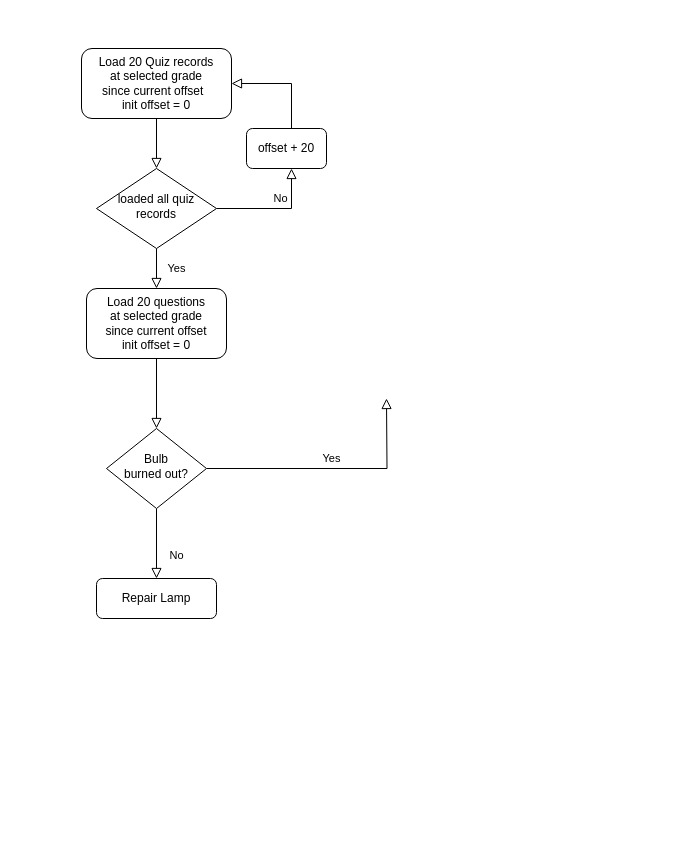
Above: selectingquestions.drawio in mingyuzhao/Diagrams (draw.io), before the change. Source tidied: cells renumbered, new cells numbered last; positions are measured from the earlier drawing's top-left corner, leaving out a move shared by most shapes. Both pictures are drawn from the tidied source at 100%, with x=0, y=0 at pixel (81, 48).
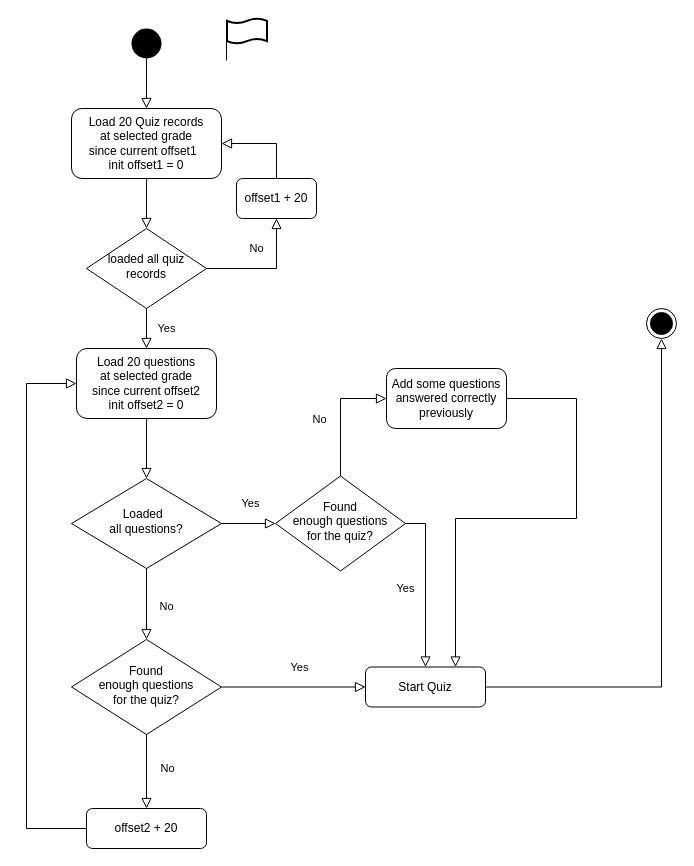
The same page after the edit.

Diff of the diagram source:
```diff
@@
-    <mxCell id="3" value="Load 20 Quiz records &lt;br&gt;at selected grade&lt;br&gt;since current offset&amp;nbsp;&amp;nbsp;&lt;br&gt;init offset = 0" style="rounded=1;whiteSpace=wrap;html=1;fontSize=12;glass=0;strokeWidth=1;shadow=0;" parent="1" vertex="1">
-      <mxGeometry width="150" height="70" as="geometry" />
+    <mxCell id="3" value="Load 20 Quiz records &lt;br&gt;at selected grade&lt;br&gt;since current offset1&amp;nbsp;&amp;nbsp;&lt;br&gt;init offset1 = 0" style="rounded=1;whiteSpace=wrap;html=1;fontSize=12;glass=0;strokeWidth=1;shadow=0;" parent="1" vertex="1">
+      <mxGeometry x="-10" y="60" width="150" height="70" as="geometry" />
     </mxCell>
@@
-    <mxCell id="5" value="No" style="edgeStyle=orthogonalEdgeStyle;rounded=0;html=1;jettySize=auto;fontSize=11;endArrow=block;endFill=0;endSize=8;strokeWidth=1;shadow=0;labelBackgroundColor=none;" parent="1" edge="1" source="6">
-      <mxGeometry x="0.11" y="10" relative="1" as="geometry">
-        <mxPoint x="210" y="120" as="targetPoint" />
+    <mxCell id="5" value="No" style="edgeStyle=orthogonalEdgeStyle;rounded=0;html=1;jettySize=auto;fontSize=11;endArrow=block;endFill=0;endSize=8;strokeWidth=1;shadow=0;labelBackgroundColor=none;entryX=0.5;entryY=1;entryDx=0;entryDy=0;" parent="1" edge="1" source="6" target="12">
+      <mxGeometry x="0.5" y="20" relative="1" as="geometry">
         <Array as="points">
-          <mxPoint x="210" y="160" />
+          <mxPoint x="195" y="220" />
         </Array>
       </mxGeometry>
     </mxCell>
     <mxCell id="6" value="loaded all quiz records" style="rhombus;whiteSpace=wrap;html=1;shadow=0;fontFamily=Helvetica;fontSize=12;align=center;strokeWidth=1;spacing=6;spacingTop=-4;" parent="1" vertex="1">
-      <mxGeometry x="15" y="120" width="120" height="80" as="geometry" />
+      <mxGeometry x="5" y="180" width="120" height="80" as="geometry" />
     </mxCell>
     <mxCell id="7" value="No" style="rounded=0;html=1;jettySize=auto;fontSize=11;endArrow=block;endFill=0;endSize=8;strokeWidth=1;shadow=0;labelBackgroundColor=none;edgeStyle=orthogonalEdgeStyle;" parent="1" edge="1" source="9" target="10">
-      <mxGeometry x="0.33" y="20" relative="1" as="geometry" />
+      <mxGeometry x="-0.08" y="21" relative="1" as="geometry" />
     </mxCell>
-    <mxCell id="8" value="Yes" style="edgeStyle=orthogonalEdgeStyle;rounded=0;html=1;jettySize=auto;fontSize=11;endArrow=block;endFill=0;endSize=8;strokeWidth=1;shadow=0;labelBackgroundColor=none;" parent="1" edge="1" source="9">
-      <mxGeometry y="10" relative="1" as="geometry">
-        <mxPoint x="305" y="350" as="targetPoint" />
-      </mxGeometry>
+    <mxCell id="8" value="Yes" style="edgeStyle=orthogonalEdgeStyle;rounded=0;html=1;jettySize=auto;fontSize=11;endArrow=block;endFill=0;endSize=8;strokeWidth=1;shadow=0;labelBackgroundColor=none;entryX=0;entryY=0.5;entryDx=0;entryDy=0;" parent="1" edge="1" source="9" target="19">
+      <mxGeometry x="0.08" y="20" relative="1" as="geometry" />
     </mxCell>
-    <mxCell id="9" value="Bulb&lt;br&gt;burned out?" style="rhombus;whiteSpace=wrap;html=1;shadow=0;fontFamily=Helvetica;fontSize=12;align=center;strokeWidth=1;spacing=6;spacingTop=-4;" parent="1" vertex="1">
-      <mxGeometry x="25" y="380" width="100" height="80" as="geometry" />
+    <mxCell id="9" value="Found &lt;br&gt;enough questions &lt;br&gt;for the quiz?" style="rhombus;whiteSpace=wrap;html=1;shadow=0;fontFamily=Helvetica;fontSize=12;align=center;strokeWidth=1;spacing=6;spacingTop=-4;" parent="1" vertex="1">
+      <mxGeometry x="-10" y="591" width="150" height="95" as="geometry" />
     </mxCell>
-    <mxCell id="10" value="Repair Lamp" style="rounded=1;whiteSpace=wrap;html=1;fontSize=12;glass=0;strokeWidth=1;shadow=0;" parent="1" vertex="1">
-      <mxGeometry x="15" y="530" width="120" height="40" as="geometry" />
+    <mxCell id="10" value="offset2 + 20" style="rounded=1;whiteSpace=wrap;html=1;fontSize=12;glass=0;strokeWidth=1;shadow=0;" parent="1" vertex="1">
+      <mxGeometry x="5" y="760" width="120" height="40" as="geometry" />
     </mxCell>
-    <mxCell id="11" value="Load 20 questions&lt;br&gt;at selected grade&lt;br&gt;since current offset&lt;br&gt;init offset = 0" style="rounded=1;whiteSpace=wrap;html=1;fontSize=12;glass=0;strokeWidth=1;shadow=0;" parent="1" vertex="1">
-      <mxGeometry x="5" y="240" width="140" height="70" as="geometry" />
+    <mxCell id="11" value="Load 20 questions&lt;br&gt;at selected grade&lt;br&gt;since current offset2&lt;br&gt;init offset2 = 0" style="rounded=1;whiteSpace=wrap;html=1;fontSize=12;glass=0;strokeWidth=1;shadow=0;" parent="1" vertex="1">
+      <mxGeometry x="-5" y="300" width="140" height="70" as="geometry" />
     </mxCell>
-    <mxCell id="12" value="offset + 20" style="rounded=1;whiteSpace=wrap;html=1;fontSize=12;glass=0;strokeWidth=1;shadow=0;" parent="1" vertex="1">
-      <mxGeometry x="165" y="80" width="80" height="40" as="geometry" />
+    <mxCell id="12" value="offset1 + 20" style="rounded=1;whiteSpace=wrap;html=1;fontSize=12;glass=0;strokeWidth=1;shadow=0;" parent="1" vertex="1">
+      <mxGeometry x="155" y="130" width="80" height="40" as="geometry" />
     </mxCell>
     <mxCell id="13" style="edgeStyle=orthogonalEdgeStyle;rounded=0;html=1;jettySize=auto;fontSize=11;endArrow=block;endFill=0;endSize=8;strokeWidth=1;shadow=0;labelBackgroundColor=none;exitX=0.5;exitY=0;exitDx=0;exitDy=0;" parent="1" edge="1" source="12" target="3">
       <mxGeometry x="0.55" y="25" relative="1" as="geometry">
         <Array as="points">
-          <mxPoint x="210" y="35" />
+          <mxPoint x="195" y="95" />
         </Array>
       </mxGeometry>
     </mxCell>
-    <mxCell id="14" style="edgeStyle=orthogonalEdgeStyle;rounded=0;html=1;jettySize=auto;fontSize=11;endArrow=block;endFill=0;endSize=8;strokeWidth=1;shadow=0;labelBackgroundColor=none;exitX=0.5;exitY=1;exitDx=0;exitDy=0;entryX=0.5;entryY=0;entryDx=0;entryDy=0;" parent="1" edge="1" source="11" target="9">
+    <mxCell id="14" style="edgeStyle=orthogonalEdgeStyle;rounded=0;html=1;jettySize=auto;fontSize=11;endArrow=block;endFill=0;endSize=8;strokeWidth=1;shadow=0;labelBackgroundColor=none;exitX=0.5;exitY=1;exitDx=0;exitDy=0;entryX=0.5;entryY=0;entryDx=0;entryDy=0;" parent="1" edge="1" source="11" target="16">
       <mxGeometry x="0.55" y="25" relative="1" as="geometry" />
     </mxCell>
+    <mxCell id="15" style="edgeStyle=orthogonalEdgeStyle;rounded=0;html=1;jettySize=auto;fontSize=11;endArrow=block;endFill=0;endSize=8;strokeWidth=1;shadow=0;labelBackgroundColor=none;exitX=0;exitY=0.5;exitDx=0;exitDy=0;entryX=0;entryY=0.5;entryDx=0;entryDy=0;" parent="1" edge="1" source="10" target="11">
+      <mxGeometry x="0.55" y="25" relative="1" as="geometry">
+        <Array as="points">
+          <mxPoint x="-55" y="780" />
+          <mxPoint x="-55" y="335" />
+        </Array>
+      </mxGeometry>
+    </mxCell>
+    <mxCell id="16" value="Loaded&amp;nbsp;&amp;nbsp;&lt;br&gt;all questions?" style="rhombus;whiteSpace=wrap;html=1;shadow=0;fontFamily=Helvetica;fontSize=12;align=center;strokeWidth=1;spacing=6;spacingTop=-4;" parent="1" vertex="1">
+      <mxGeometry x="-10" y="430" width="150" height="90" as="geometry" />
+    </mxCell>
+    <mxCell id="17" value="No" style="edgeStyle=orthogonalEdgeStyle;rounded=0;html=1;jettySize=auto;fontSize=11;endArrow=block;endFill=0;endSize=8;strokeWidth=1;shadow=0;labelBackgroundColor=none;exitX=0.5;exitY=1;exitDx=0;exitDy=0;entryX=0.5;entryY=0;entryDx=0;entryDy=0;" parent="1" edge="1" source="16" target="9">
+      <mxGeometry x="0.08" y="20" relative="1" as="geometry" />
+    </mxCell>
+    <mxCell id="18" value="Yes" style="edgeStyle=orthogonalEdgeStyle;rounded=0;html=1;jettySize=auto;fontSize=11;endArrow=block;endFill=0;endSize=8;strokeWidth=1;shadow=0;labelBackgroundColor=none;exitX=1;exitY=0.5;exitDx=0;exitDy=0;entryX=0;entryY=0.5;entryDx=0;entryDy=0;" parent="1" edge="1" source="16" target="20">
+      <mxGeometry x="0.08" y="20" relative="1" as="geometry" />
+    </mxCell>
+    <mxCell id="19" value="Start Quiz" style="rounded=1;whiteSpace=wrap;html=1;fontSize=12;glass=0;strokeWidth=1;shadow=0;" parent="1" vertex="1">
+      <mxGeometry x="284" y="618.5" width="120" height="40" as="geometry" />
+    </mxCell>
+    <mxCell id="20" value="Found &lt;br&gt;enough questions &lt;br&gt;for the quiz?" style="rhombus;whiteSpace=wrap;html=1;shadow=0;fontFamily=Helvetica;fontSize=12;align=center;strokeWidth=1;spacing=6;spacingTop=-4;" parent="1" vertex="1">
+      <mxGeometry x="194" y="427.5" width="130" height="95" as="geometry" />
+    </mxCell>
+    <mxCell id="21" style="ellipse;fillColor=#000000;strokeColor=none;" parent="1" vertex="1">
+      <mxGeometry x="50" y="-20" width="30" height="30" as="geometry" />
+    </mxCell>
+    <mxCell id="22" style="rounded=0;html=1;jettySize=auto;fontSize=11;endArrow=block;endFill=0;endSize=8;strokeWidth=1;shadow=0;labelBackgroundColor=none;edgeStyle=orthogonalEdgeStyle;exitX=0.5;exitY=1;exitDx=0;exitDy=0;" parent="1" edge="1" source="21">
+      <mxGeometry relative="1" as="geometry">
+        <mxPoint x="65" y="60" as="targetPoint" />
+      </mxGeometry>
+    </mxCell>
+    <mxCell id="23" style="group;" parent="1" vertex="1">
+      <mxGeometry x="145" y="-30" width="40.5" height="32" as="geometry" />
+    </mxCell>
+    <mxCell id="24" style="endArrow=none;html=1;entryX=0;entryY=0;entryDx=0;entryDy=0;" parent="23" edge="1">
+      <mxGeometry relative="1" as="geometry">
+        <mxPoint y="42" as="sourcePoint" />
+        <mxPoint y="2" as="targetPoint" />
+        <Array as="points">
+          <mxPoint y="32" />
+        </Array>
+      </mxGeometry>
+    </mxCell>
+    <mxCell id="25" style="shape=tape;whiteSpace=wrap;html=1;strokeWidth=2;size=0.19;" parent="23" vertex="1">
+      <mxGeometry x="0.5" width="40" height="25" as="geometry" />
+    </mxCell>
+    <mxCell id="26" style="ellipse;html=1;shape=endState;fillColor=#000000;strokeColor=#000000;" parent="1" vertex="1">
+      <mxGeometry x="565" y="260" width="30" height="30" as="geometry" />
+    </mxCell>
+    <mxCell id="27" style="edgeStyle=orthogonalEdgeStyle;rounded=0;html=1;jettySize=auto;fontSize=11;endArrow=block;endFill=0;endSize=8;strokeWidth=1;shadow=0;labelBackgroundColor=none;exitX=1;exitY=0.5;exitDx=0;exitDy=0;entryX=0.5;entryY=1;entryDx=0;entryDy=0;" parent="1" edge="1" source="19" target="26">
+      <mxGeometry x="0.55" y="25" relative="1" as="geometry">
+        <Array as="points">
+          <mxPoint x="580" y="639" />
+        </Array>
+      </mxGeometry>
+    </mxCell>
+    <mxCell id="28" value="Yes" style="edgeStyle=orthogonalEdgeStyle;rounded=0;html=1;jettySize=auto;fontSize=11;endArrow=block;endFill=0;endSize=8;strokeWidth=1;shadow=0;labelBackgroundColor=none;exitX=1;exitY=0.5;exitDx=0;exitDy=0;" parent="1" edge="1" source="20" target="19">
+      <mxGeometry x="0.04" y="-20" relative="1" as="geometry" />
+    </mxCell>
+    <mxCell id="29" value="No" style="rounded=0;html=1;jettySize=auto;fontSize=11;endArrow=block;endFill=0;endSize=8;strokeWidth=1;shadow=0;labelBackgroundColor=none;edgeStyle=orthogonalEdgeStyle;exitX=0.5;exitY=0;exitDx=0;exitDy=0;entryX=0;entryY=0.5;entryDx=0;entryDy=0;" parent="1" edge="1" source="20" target="30">
+      <mxGeometry x="-0.08" y="21" relative="1" as="geometry" />
+    </mxCell>
+    <mxCell id="30" value="Add some questions answered correctly previously" style="rounded=1;whiteSpace=wrap;html=1;fontSize=12;glass=0;strokeWidth=1;shadow=0;" parent="1" vertex="1">
+      <mxGeometry x="305" y="320" width="120" height="60" as="geometry" />
+    </mxCell>
+    <mxCell id="31" style="edgeStyle=orthogonalEdgeStyle;rounded=0;html=1;jettySize=auto;fontSize=11;endArrow=block;endFill=0;endSize=8;strokeWidth=1;shadow=0;labelBackgroundColor=none;exitX=1;exitY=0.5;exitDx=0;exitDy=0;entryX=0.75;entryY=0;entryDx=0;entryDy=0;" parent="1" edge="1" source="30" target="19">
+      <mxGeometry x="0.55" y="25" relative="1" as="geometry">
+        <Array as="points">
+          <mxPoint x="495" y="350" />
+          <mxPoint x="495" y="470" />
+          <mxPoint x="374" y="470" />
+        </Array>
+      </mxGeometry>
+    </mxCell>
```
